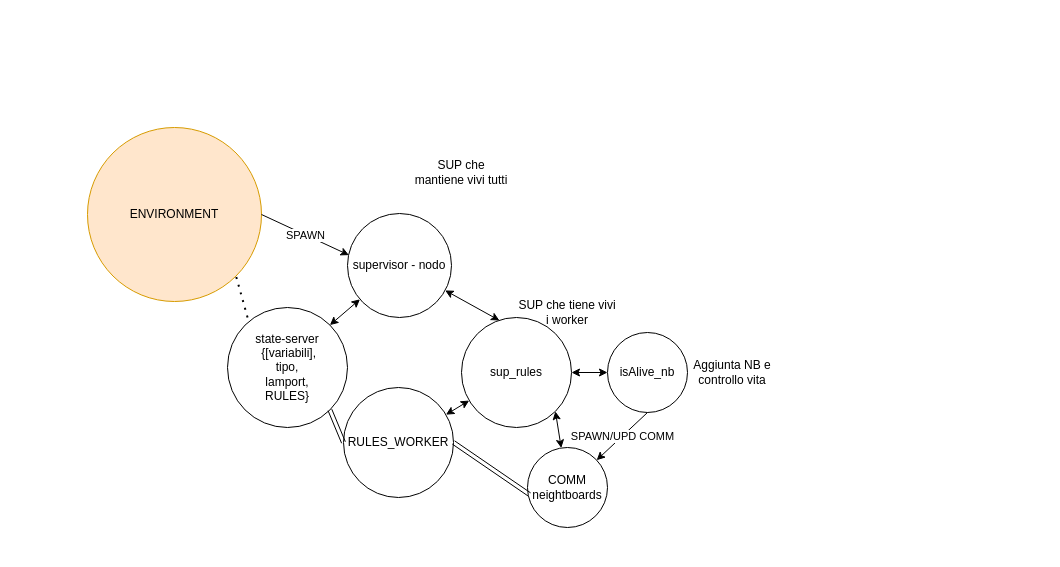
The draw.io diagram draws/draw_nodeworker.drawio in DiegoBorsoi/ProgettoSistemiDistribuiti, before the edit. Source tidied: cells renumbered, new cells numbered last; positions are measured from the earlier drawing's top-left corner, leaving out a move shared by most shapes. Both pictures are drawn from the tidied source at 100%, with x=0, y=0 at pixel (87, 127).
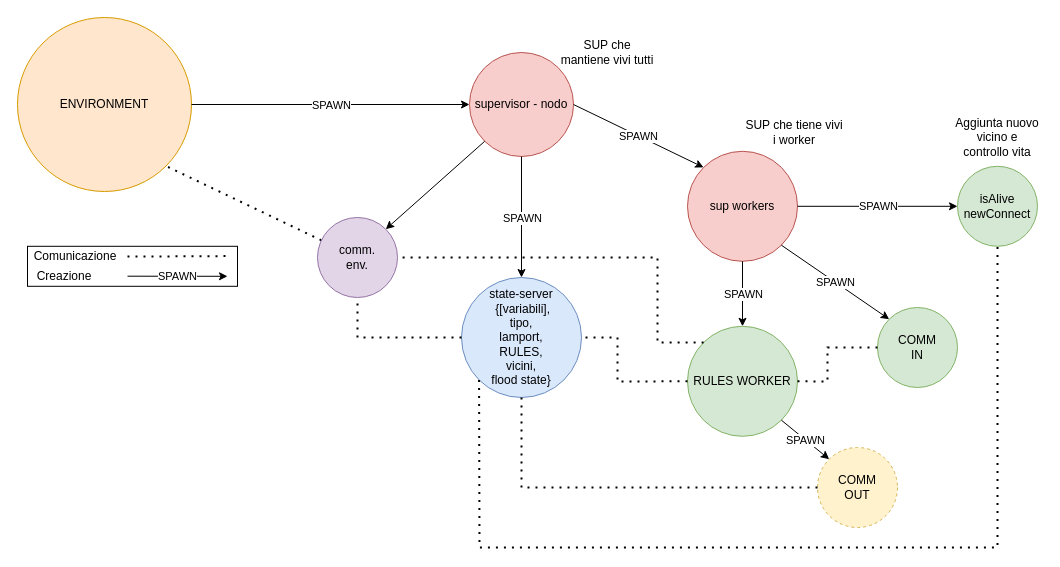
The same diagram, later.

Diff of the diagram source:
```diff
@@
+    <mxCell id="24" style="rounded=0;whiteSpace=wrap;html=1;fillColor=#ffffff;" parent="1" vertex="1">
+      <mxGeometry x="-60" y="118.8" width="210" height="40" as="geometry" />
+    </mxCell>
-    <mxCell id="2" value="supervisor - nodo" style="ellipse;whiteSpace=wrap;html=1;" parent="1" vertex="1">
-      <mxGeometry x="260" y="86" width="104" height="104" as="geometry" />
+    <mxCell id="2" value="supervisor - nodo" style="ellipse;whiteSpace=wrap;html=1;fillColor=#f8cecc;strokeColor=#b85450;" parent="1" vertex="1">
+      <mxGeometry x="382" y="-75" width="104" height="104" as="geometry" />
     </mxCell>
-    <mxCell id="3" value="state-server&lt;br&gt;&amp;nbsp;{[variabili], &lt;br&gt;tipo,&lt;br&gt;lamport,&lt;br&gt;RULES}" style="ellipse;whiteSpace=wrap;html=1;" parent="1" vertex="1">
-      <mxGeometry x="140" y="180" width="120" height="120" as="geometry" />
+    <mxCell id="3" value="state-server&lt;br&gt;&amp;nbsp;{[variabili], &lt;br&gt;tipo,&lt;br&gt;lamport,&lt;br&gt;RULES,&lt;br&gt;vicini,&lt;br&gt;flood state}" style="ellipse;whiteSpace=wrap;html=1;fillColor=#dae8fc;strokeColor=#6c8ebf;" parent="1" vertex="1">
+      <mxGeometry x="374" y="150" width="120" height="120" as="geometry" />
     </mxCell>
-    <mxCell id="4" style="endArrow=classic;startArrow=classic;html=1;exitX=1;exitY=0;exitDx=0;exitDy=0;" parent="1" edge="1" source="3" target="2">
-      <mxGeometry relative="1" as="geometry" />
-    </mxCell>
-    <mxCell id="5" value="sup_rules" style="ellipse;whiteSpace=wrap;html=1;" parent="1" vertex="1">
-      <mxGeometry x="374" y="190" width="110" height="110" as="geometry" />
+    <mxCell id="5" value="sup workers" style="ellipse;whiteSpace=wrap;html=1;fillColor=#f8cecc;strokeColor=#b85450;" parent="1" vertex="1">
+      <mxGeometry x="600" y="23.8" width="110" height="110" as="geometry" />
     </mxCell>
-    <mxCell id="6" style="endArrow=classic;startArrow=classic;html=1;entryX=0.345;entryY=0.027;entryDx=0;entryDy=0;entryPerimeter=0;" parent="1" edge="1" source="2" target="5">
-      <mxGeometry relative="1" as="geometry" />
-    </mxCell>
-    <mxCell id="7" value="COMM&lt;br&gt;neightboards" style="ellipse;whiteSpace=wrap;html=1;" parent="1" vertex="1">
-      <mxGeometry x="440" y="320" width="80" height="80" as="geometry" />
+    <mxCell id="7" value="COMM&lt;br&gt;IN" style="ellipse;whiteSpace=wrap;html=1;fillColor=#d5e8d4;strokeColor=#82b366;" parent="1" vertex="1">
+      <mxGeometry x="790" y="180" width="80" height="80" as="geometry" />
     </mxCell>
-    <mxCell id="8" value="RULES_WORKER" style="ellipse;whiteSpace=wrap;html=1;" parent="1" vertex="1">
-      <mxGeometry x="256" y="260" width="110" height="110" as="geometry" />
+    <mxCell id="8" value="RULES WORKER" style="ellipse;whiteSpace=wrap;html=1;fillColor=#d5e8d4;strokeColor=#82b366;" parent="1" vertex="1">
+      <mxGeometry x="600" y="198.8" width="110" height="110" as="geometry" />
     </mxCell>
-    <mxCell id="9" style="endArrow=classic;startArrow=classic;html=1;" parent="1" edge="1" source="8" target="5">
-      <mxGeometry relative="1" as="geometry" />
-    </mxCell>
     <mxCell id="10" value="SUP che mantiene vivi tutti" style="text;html=1;strokeColor=none;fillColor=none;align=center;verticalAlign=middle;whiteSpace=wrap;rounded=0;" parent="1" vertex="1">
-      <mxGeometry x="324" y="20" width="100" height="50" as="geometry" />
+      <mxGeometry x="470" y="-100" width="100" height="50" as="geometry" />
     </mxCell>
     <mxCell id="11" value="SUP che tiene vivi i worker" style="text;html=1;strokeColor=none;fillColor=none;align=center;verticalAlign=middle;whiteSpace=wrap;rounded=0;" parent="1" vertex="1">
-      <mxGeometry x="430" y="170" width="100" height="30" as="geometry" />
+      <mxGeometry x="657" y="-10" width="100" height="30" as="geometry" />
     </mxCell>
     <mxCell id="12" value="ENVIRONMENT" style="ellipse;whiteSpace=wrap;html=1;fillColor=#ffe6cc;strokeColor=#d79b00;" parent="1" vertex="1">
-      <mxGeometry width="174" height="174" as="geometry" />
+      <mxGeometry x="-70" y="-110" width="174" height="174" as="geometry" />
     </mxCell>
-    <mxCell id="13" style="shape=link;html=1;exitX=1;exitY=1;exitDx=0;exitDy=0;entryX=0;entryY=0.5;entryDx=0;entryDy=0;" parent="1" edge="1" source="3" target="8">
-      <mxGeometry relative="1" as="geometry" />
-    </mxCell>
-    <mxCell id="14" style="shape=link;html=1;exitX=1;exitY=0.5;exitDx=0;exitDy=0;entryX=0.025;entryY=0.588;entryDx=0;entryDy=0;entryPerimeter=0;" parent="1" edge="1" source="8" target="7">
-      <mxGeometry relative="1" as="geometry" />
-    </mxCell>
-    <mxCell id="15" style="endArrow=none;dashed=1;html=1;dashPattern=1 3;strokeWidth=2;entryX=1;entryY=1;entryDx=0;entryDy=0;exitX=0.167;exitY=0.083;exitDx=0;exitDy=0;exitPerimeter=0;" parent="1" edge="1" source="3" target="12">
+    <mxCell id="15" style="endArrow=none;dashed=1;html=1;dashPattern=1 3;strokeWidth=2;entryX=1;entryY=1;entryDx=0;entryDy=0;" parent="1" edge="1" source="25" target="12">
       <mxGeometry relative="1" as="geometry" />
     </mxCell>
-    <mxCell id="16" style="endArrow=classic;html=1;entryX=0.014;entryY=0.4;entryDx=0;entryDy=0;exitX=1;exitY=0.5;exitDx=0;exitDy=0;entryPerimeter=0;" parent="1" edge="1" source="12" target="2">
+    <mxCell id="16" style="endArrow=classic;html=1;entryX=0;entryY=0.5;entryDx=0;entryDy=0;exitX=1;exitY=0.5;exitDx=0;exitDy=0;" parent="1" edge="1" source="12" target="2">
       <mxGeometry relative="1" as="geometry" />
     </mxCell>
@@
-    <mxCell id="18" value="isAlive_nb" style="ellipse;whiteSpace=wrap;html=1;" parent="1" vertex="1">
-      <mxGeometry x="520" y="205" width="80" height="80" as="geometry" />
+    <mxCell id="18" value="isAlive&lt;br&gt;newConnect" style="ellipse;whiteSpace=wrap;html=1;fillColor=#d5e8d4;strokeColor=#82b366;" parent="1" vertex="1">
+      <mxGeometry x="870" y="38.8" width="80" height="80" as="geometry" />
     </mxCell>
+    <mxCell id="21" value="Aggiunta nuovo vicino e controllo vita" style="text;html=1;strokeColor=none;fillColor=none;align=center;verticalAlign=middle;whiteSpace=wrap;rounded=0;" parent="1" vertex="1">
+      <mxGeometry x="865" width="90" height="20" as="geometry" />
+    </mxCell>
+    <mxCell id="25" value="comm.&lt;br&gt;env." style="ellipse;whiteSpace=wrap;html=1;fillColor=#e1d5e7;strokeColor=#9673a6;" parent="1" vertex="1">
+      <mxGeometry x="230" y="90" width="80" height="80" as="geometry" />
+    </mxCell>
+    <mxCell id="26" style="endArrow=classic;html=1;entryX=1;entryY=0;entryDx=0;entryDy=0;exitX=0;exitY=1;exitDx=0;exitDy=0;" parent="1" edge="1" source="2" target="25">
+      <mxGeometry relative="1" as="geometry" />
+    </mxCell>
+    <mxCell id="27" value="COMM&lt;br&gt;OUT" style="ellipse;whiteSpace=wrap;html=1;dashed=1;fillColor=#fff2cc;strokeColor=#d6b656;" parent="1" vertex="1">
+      <mxGeometry x="730" y="320" width="80" height="80" as="geometry" />
+    </mxCell>
+    <mxCell id="28" style="endArrow=classic;html=1;exitX=0.5;exitY=1;exitDx=0;exitDy=0;" parent="1" edge="1" source="2" target="3">
+      <mxGeometry relative="1" as="geometry" />
+    </mxCell>
+    <mxCell id="29" value="SPAWN" style="edgeLabel;html=1;align=center;verticalAlign=middle;" parent="28" vertex="1">
+      <mxGeometry relative="1" as="geometry" />
+    </mxCell>
+    <mxCell id="6" style="endArrow=classic;html=1;entryX=0;entryY=0;entryDx=0;entryDy=0;exitX=1;exitY=0.5;exitDx=0;exitDy=0;" parent="1" edge="1" source="2" target="5">
+      <mxGeometry relative="1" as="geometry" />
+    </mxCell>
+    <mxCell id="30" value="SPAWN" style="edgeLabel;html=1;align=center;verticalAlign=middle;" parent="6" vertex="1">
+      <mxGeometry relative="1" as="geometry" />
+    </mxCell>
+    <mxCell id="31" style="endArrow=classic;html=1;entryX=0.5;entryY=0;entryDx=0;entryDy=0;exitX=0.5;exitY=1;exitDx=0;exitDy=0;" parent="1" edge="1" source="5" target="8">
+      <mxGeometry relative="1" as="geometry" />
+    </mxCell>
+    <mxCell id="32" value="SPAWN" style="edgeLabel;html=1;align=center;verticalAlign=middle;" parent="31" vertex="1">
+      <mxGeometry relative="1" as="geometry" />
+    </mxCell>
+    <mxCell id="20" style="endArrow=classic;html=1;entryX=0;entryY=0;entryDx=0;entryDy=0;exitX=1;exitY=1;exitDx=0;exitDy=0;" parent="1" edge="1" source="5" target="7">
+      <mxGeometry relative="1" as="geometry" />
+    </mxCell>
+    <mxCell id="33" value="SPAWN" style="edgeLabel;html=1;align=center;verticalAlign=middle;" parent="20" vertex="1">
+      <mxGeometry relative="1" as="geometry" />
+    </mxCell>
-    <mxCell id="19" style="endArrow=classic;startArrow=classic;html=1;entryX=0;entryY=0.5;entryDx=0;entryDy=0;exitX=1;exitY=0.5;exitDx=0;exitDy=0;" parent="1" edge="1" source="5" target="18">
+    <mxCell id="19" style="endArrow=classic;html=1;entryX=0;entryY=0.5;entryDx=0;entryDy=0;exitX=1;exitY=0.5;exitDx=0;exitDy=0;" parent="1" edge="1" source="5" target="18">
       <mxGeometry relative="1" as="geometry" />
     </mxCell>
-    <mxCell id="20" style="endArrow=classic;startArrow=classic;html=1;exitX=1;exitY=1;exitDx=0;exitDy=0;" parent="1" edge="1" source="5" target="7">
-      <mxGeometry relative="1" as="geometry" />
-    </mxCell>
-    <mxCell id="21" value="Aggiunta NB e controllo vita" style="text;html=1;strokeColor=none;fillColor=none;align=center;verticalAlign=middle;whiteSpace=wrap;rounded=0;" parent="1" vertex="1">
-      <mxGeometry x="600" y="235" width="90" height="20" as="geometry" />
-    </mxCell>
-    <mxCell id="22" style="endArrow=classic;html=1;exitX=0.5;exitY=1;exitDx=0;exitDy=0;" parent="1" edge="1" source="18" target="7">
-      <mxGeometry relative="1" as="geometry" />
-    </mxCell>
-    <mxCell id="23" value="SPAWN/UPD COMM" style="edgeLabel;html=1;align=center;verticalAlign=middle;" parent="22" vertex="1">
-      <mxGeometry relative="1" as="geometry" />
-    </mxCell>
+    <mxCell id="34" value="SPAWN" style="edgeLabel;html=1;align=center;verticalAlign=middle;" parent="19" vertex="1">
+      <mxGeometry relative="1" as="geometry" />
+    </mxCell>
+    <mxCell id="35" style="endArrow=none;dashed=1;html=1;dashPattern=1 3;strokeWidth=2;entryX=0.5;entryY=1;entryDx=0;entryDy=0;exitX=0;exitY=0.5;exitDx=0;exitDy=0;rounded=0;" parent="1" edge="1" source="27" target="3">
+      <mxGeometry relative="1" as="geometry">
+        <Array as="points">
+          <mxPoint x="560" y="360" />
+          <mxPoint x="434" y="360" />
+          <mxPoint x="434" y="330" />
+        </Array>
+      </mxGeometry>
+    </mxCell>
+    <mxCell id="36" style="endArrow=none;dashed=1;html=1;dashPattern=1 3;strokeWidth=2;entryX=0.5;entryY=1;entryDx=0;entryDy=0;exitX=0;exitY=1;exitDx=0;exitDy=0;rounded=0;" parent="1" edge="1" source="3" target="18">
+      <mxGeometry relative="1" as="geometry">
+        <Array as="points">
+          <mxPoint x="392" y="420" />
+          <mxPoint x="910" y="420" />
+        </Array>
+      </mxGeometry>
+    </mxCell>
+    <mxCell id="37" style="endArrow=none;dashed=1;html=1;dashPattern=1 3;strokeWidth=2;entryX=1;entryY=0.5;entryDx=0;entryDy=0;exitX=0;exitY=0.5;exitDx=0;exitDy=0;rounded=0;" parent="1" edge="1" source="8" target="3">
+      <mxGeometry relative="1" as="geometry">
+        <Array as="points">
+          <mxPoint x="530" y="254" />
+          <mxPoint x="530" y="210" />
+        </Array>
+      </mxGeometry>
+    </mxCell>
+    <mxCell id="38" style="endArrow=none;dashed=1;html=1;dashPattern=1 3;strokeWidth=2;entryX=1;entryY=0.5;entryDx=0;entryDy=0;exitX=0;exitY=0;exitDx=0;exitDy=0;rounded=0;orthogonal=1;" parent="1" edge="1" source="8" target="25">
+      <mxGeometry relative="1" as="geometry">
+        <Array as="points">
+          <mxPoint x="570" y="215" />
+          <mxPoint x="570" y="130" />
+        </Array>
+      </mxGeometry>
+    </mxCell>
+    <mxCell id="39" style="endArrow=classic;html=1;entryX=0;entryY=0;entryDx=0;entryDy=0;exitX=1;exitY=1;exitDx=0;exitDy=0;" parent="1" edge="1" source="8" target="27">
+      <mxGeometry relative="1" as="geometry" />
+    </mxCell>
+    <mxCell id="40" value="SPAWN" style="edgeLabel;html=1;align=center;verticalAlign=middle;" parent="39" vertex="1">
+      <mxGeometry relative="1" as="geometry" />
+    </mxCell>
+    <mxCell id="14" style="endArrow=none;dashed=1;html=1;dashPattern=1 3;strokeWidth=2;entryX=0;entryY=0.5;entryDx=0;entryDy=0;exitX=1;exitY=0.5;exitDx=0;exitDy=0;rounded=0;" parent="1" edge="1" source="8" target="7">
+      <mxGeometry relative="1" as="geometry">
+        <Array as="points">
+          <mxPoint x="740" y="254" />
+          <mxPoint x="740" y="220" />
+        </Array>
+      </mxGeometry>
+    </mxCell>
+    <mxCell id="41" style="endArrow=none;dashed=1;html=1;dashPattern=1 3;strokeWidth=2;entryX=0.5;entryY=1;entryDx=0;entryDy=0;exitX=0;exitY=0.5;exitDx=0;exitDy=0;rounded=0;" parent="1" edge="1" source="3" target="25">
+      <mxGeometry relative="1" as="geometry">
+        <Array as="points">
+          <mxPoint x="270" y="210" />
+        </Array>
+      </mxGeometry>
+    </mxCell>
+    <mxCell id="42" style="endArrow=none;dashed=1;html=1;dashPattern=1 3;strokeWidth=2;" parent="1" edge="1">
+      <mxGeometry relative="1" as="geometry">
+        <mxPoint x="40" y="129.1" as="sourcePoint" />
+        <mxPoint x="140" y="128.6" as="targetPoint" />
+      </mxGeometry>
+    </mxCell>
+    <mxCell id="43" value="Comunicazione" style="text;html=1;strokeColor=none;fillColor=none;align=center;verticalAlign=middle;whiteSpace=wrap;rounded=0;dashed=1;" parent="1" vertex="1">
+      <mxGeometry x="-57" y="118.8" width="90" height="20" as="geometry" />
+    </mxCell>
+    <mxCell id="44" style="endArrow=classic;html=1;" parent="1" edge="1">
+      <mxGeometry relative="1" as="geometry">
+        <mxPoint x="40" y="148.7" as="sourcePoint" />
+        <mxPoint x="140" y="148.8" as="targetPoint" />
+      </mxGeometry>
+    </mxCell>
+    <mxCell id="45" value="SPAWN" style="edgeLabel;html=1;align=center;verticalAlign=middle;" parent="44" vertex="1">
+      <mxGeometry relative="1" as="geometry" />
+    </mxCell>
+    <mxCell id="46" value="Creazione" style="text;html=1;strokeColor=none;fillColor=none;align=center;verticalAlign=middle;whiteSpace=wrap;rounded=0;dashed=1;" parent="1" vertex="1">
+      <mxGeometry x="-57" y="138.8" width="68" height="20" as="geometry" />
+    </mxCell>
```
